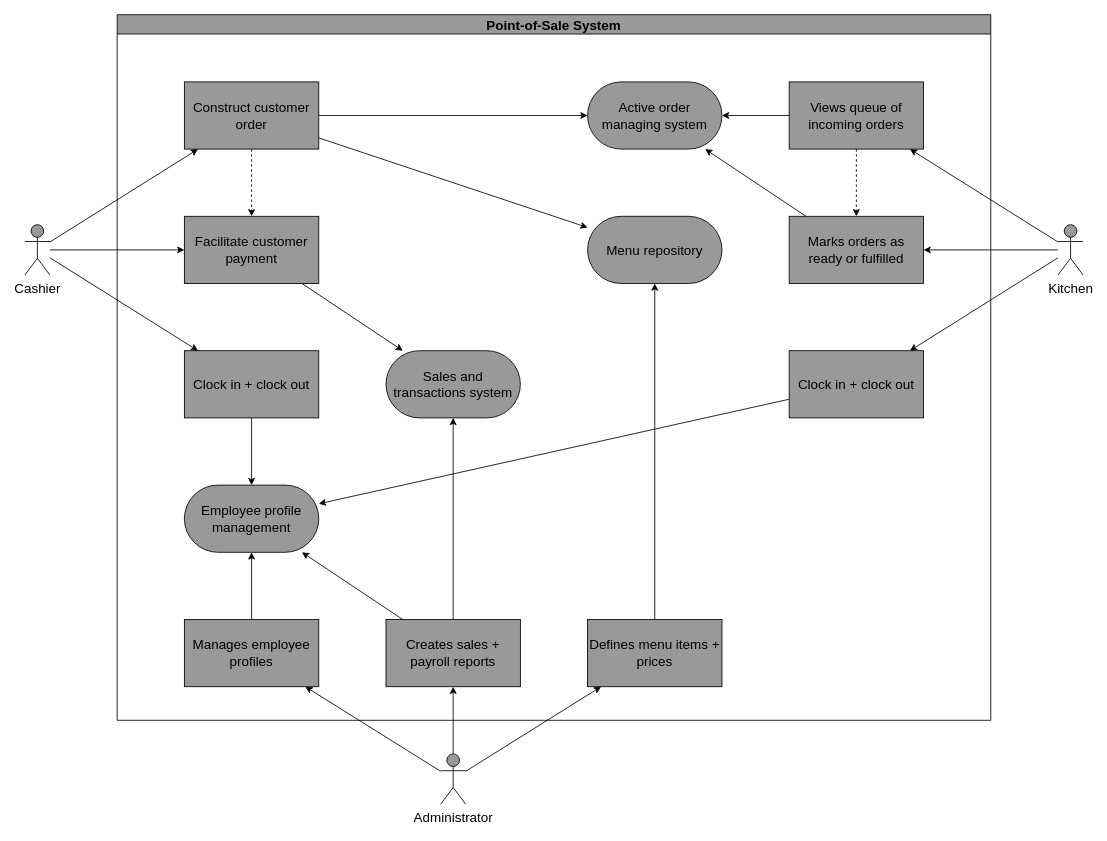
Above: page "use-case" (1 of 5) of Documentation/pos-diagrams.drawio in eric-hall/CSC340-GroupProject (draw.io), before the change. Source tidied: cells renumbered, new cells numbered last; positions are measured from the earlier drawing's top-left corner, leaving out a move shared by most shapes. Both pictures are drawn from the tidied source at 84%, with x=0, y=0 at pixel (24, 14).
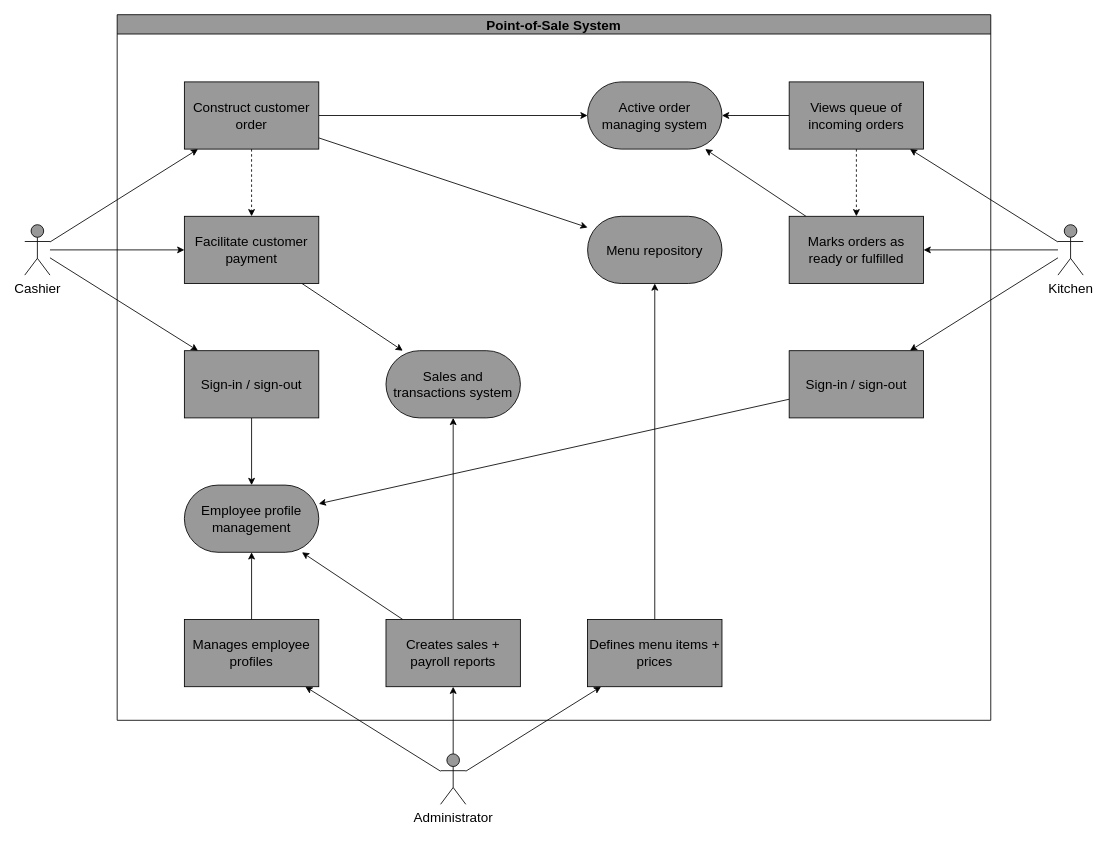
After the change.

Unchanged cells that the change refers to:
```xml
<mxCell id="14" value="Point-of-Sale System" style="swimlane;fontSize=16;fillColor=#999999;" parent="1" vertex="1">
  <mxGeometry x="110" width="1040" height="840" as="geometry" />
</mxCell>
```

Diff of the diagram source:
```diff
@@
-    <mxCell id="23" value="Clock in + clock out" style="rounded=1;whiteSpace=wrap;html=1;fontSize=16;fillColor=#999999;arcSize=0;" parent="14" vertex="1">
+    <mxCell id="23" value="Sign-in / sign-out" style="rounded=1;whiteSpace=wrap;html=1;fontSize=16;fillColor=#999999;arcSize=0;" parent="14" vertex="1">
       <mxGeometry x="80" y="400" width="160" height="80" as="geometry" />
     </mxCell>
@@
-    <mxCell id="40" value="Clock in + clock out" style="rounded=1;whiteSpace=wrap;html=1;fontSize=16;fillColor=#999999;arcSize=0;" parent="14" vertex="1">
+    <mxCell id="40" value="Sign-in / sign-out" style="rounded=1;whiteSpace=wrap;html=1;fontSize=16;fillColor=#999999;arcSize=0;" parent="14" vertex="1">
       <mxGeometry x="800" y="400" width="160" height="80" as="geometry" />
     </mxCell>
```
